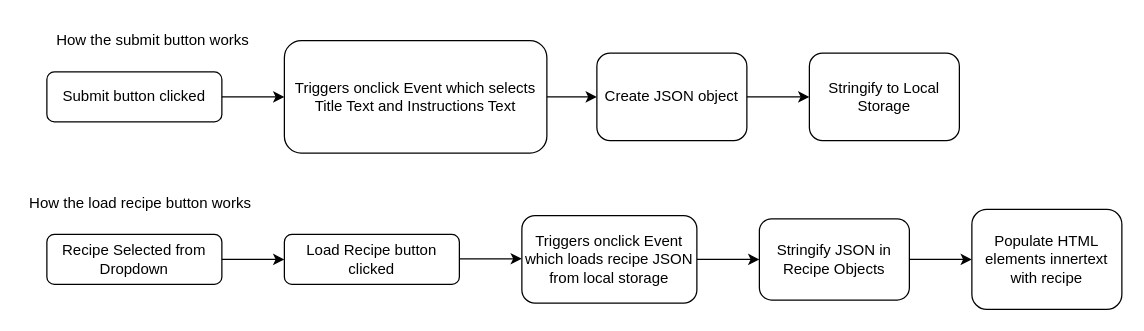
EricOrrDev/Diagrams keeps this draw.io diagram as page "Page-5" (4 of 4) of ProceduralManual.drawio. Above is the earlier version. Source tidied: cells renumbered, new cells numbered last; positions are measured from the earlier drawing's top-left corner, leaving out a move shared by most shapes. Both pictures are drawn from the tidied source at 125%, with x=0, y=0 at pixel (21, 21).
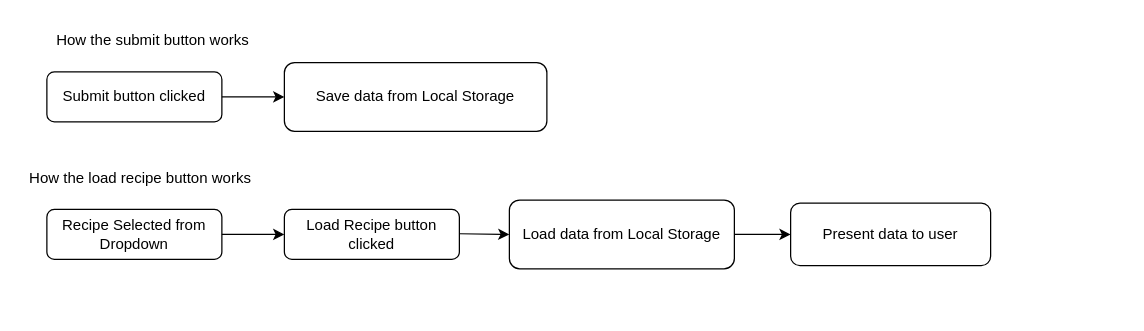
The same page after the edit.

What changed in the source:
```diff
@@
-    <mxCell id="5" value="Triggers onclick Event which selects Title Text and Instructions Text" style="rounded=1;whiteSpace=wrap;html=1;" parent="1" vertex="1">
-      <mxGeometry x="210" y="15" width="210" height="90" as="geometry" />
+    <mxCell id="5" value="Save data from Local Storage" style="rounded=1;whiteSpace=wrap;html=1;" parent="1" vertex="1">
+      <mxGeometry x="210" y="32.5" width="210" height="55" as="geometry" />
     </mxCell>
-    <mxCell id="6" style="endArrow=classic;html=1;rounded=0;exitX=1;exitY=0.5;exitDx=0;exitDy=0;" parent="1" edge="1" source="5">
-      <mxGeometry relative="1" as="geometry">
-        <mxPoint x="460" y="60" as="targetPoint" />
-      </mxGeometry>
-    </mxCell>
-    <mxCell id="7" value="Create JSON object" style="rounded=1;whiteSpace=wrap;html=1;" parent="1" vertex="1">
-      <mxGeometry x="460" y="25" width="120" height="70" as="geometry" />
-    </mxCell>
-    <mxCell id="8" style="endArrow=classic;html=1;rounded=0;exitX=1;exitY=0.5;exitDx=0;exitDy=0;" parent="1" edge="1" source="7">
-      <mxGeometry relative="1" as="geometry">
-        <mxPoint x="630" y="60" as="targetPoint" />
-      </mxGeometry>
-    </mxCell>
-    <mxCell id="9" value="Stringify to Local Storage" style="rounded=1;whiteSpace=wrap;html=1;" parent="1" vertex="1">
-      <mxGeometry x="630" y="25" width="120" height="70" as="geometry" />
-    </mxCell>
     <mxCell id="10" value="How the load recipe button works" style="text;html=1;align=center;verticalAlign=middle;whiteSpace=wrap;rounded=0;" parent="1" vertex="1">
-      <mxGeometry y="130" width="190" height="30" as="geometry" />
+      <mxGeometry y="110" width="190" height="30" as="geometry" />
     </mxCell>
     <mxCell id="11" value="Recipe Selected from Dropdown" style="rounded=1;whiteSpace=wrap;html=1;" parent="1" vertex="1">
-      <mxGeometry x="20" y="170" width="140" height="40" as="geometry" />
+      <mxGeometry x="20" y="150" width="140" height="40" as="geometry" />
     </mxCell>
     <mxCell id="12" style="endArrow=classic;html=1;rounded=0;exitX=1;exitY=0.5;exitDx=0;exitDy=0;" parent="1" edge="1" source="11">
       <mxGeometry relative="1" as="geometry">
-        <mxPoint x="210" y="190" as="targetPoint" />
+        <mxPoint x="210" y="170" as="targetPoint" />
       </mxGeometry>
     </mxCell>
-    <mxCell id="13" style="endArrow=classic;html=1;rounded=0;exitX=1;exitY=0.5;exitDx=0;exitDy=0;" parent="1" edge="1">
+    <mxCell id="13" style="endArrow=classic;html=1;rounded=0;exitX=1;exitY=0.5;exitDx=0;exitDy=0;entryX=0;entryY=0.5;entryDx=0;entryDy=0;" parent="1" edge="1" target="15">
       <mxGeometry relative="1" as="geometry">
-        <mxPoint x="350" y="189.5" as="sourcePoint" />
-        <mxPoint x="400" y="189.5" as="targetPoint" />
+        <mxPoint x="350" y="169.5" as="sourcePoint" />
       </mxGeometry>
     </mxCell>
     <mxCell id="14" value="Load Recipe button clicked" style="rounded=1;whiteSpace=wrap;html=1;" parent="1" vertex="1">
-      <mxGeometry x="210" y="170" width="140" height="40" as="geometry" />
+      <mxGeometry x="210" y="150" width="140" height="40" as="geometry" />
     </mxCell>
-    <mxCell id="15" value="Triggers onclick Event which loads recipe JSON from local storage" style="rounded=1;whiteSpace=wrap;html=1;" parent="1" vertex="1">
-      <mxGeometry x="400" y="155" width="140" height="70" as="geometry" />
+    <mxCell id="15" value="Load data from Local Storage" style="rounded=1;whiteSpace=wrap;html=1;" parent="1" vertex="1">
+      <mxGeometry x="390" y="142.5" width="180" height="55" as="geometry" />
     </mxCell>
-    <mxCell id="16" style="endArrow=classic;html=1;rounded=0;exitX=1;exitY=0.5;exitDx=0;exitDy=0;" parent="1" edge="1" source="15">
-      <mxGeometry relative="1" as="geometry">
-        <mxPoint x="590" y="190" as="targetPoint" />
-      </mxGeometry>
+    <mxCell id="16" style="endArrow=classic;html=1;rounded=0;exitX=1;exitY=0.5;exitDx=0;exitDy=0;entryX=0;entryY=0.5;entryDx=0;entryDy=0;" parent="1" edge="1" source="15" target="19">
+      <mxGeometry relative="1" as="geometry" />
     </mxCell>
-    <mxCell id="17" value="Stringify JSON in Recipe Objects" style="rounded=1;whiteSpace=wrap;html=1;" parent="1" vertex="1">
-      <mxGeometry x="590" y="157.5" width="120" height="65" as="geometry" />
-    </mxCell>
-    <mxCell id="18" style="endArrow=classic;html=1;rounded=0;exitX=1;exitY=0.5;exitDx=0;exitDy=0;" parent="1" edge="1" source="17">
-      <mxGeometry relative="1" as="geometry">
-        <mxPoint x="760" y="190" as="targetPoint" />
-      </mxGeometry>
-    </mxCell>
-    <mxCell id="19" value="Populate HTML elements innertext with recipe" style="rounded=1;whiteSpace=wrap;html=1;" parent="1" vertex="1">
-      <mxGeometry x="760" y="150" width="120" height="80" as="geometry" />
+    <mxCell id="19" value="Present data to user" style="rounded=1;whiteSpace=wrap;html=1;" parent="1" vertex="1">
+      <mxGeometry x="615" y="145" width="160" height="50" as="geometry" />
     </mxCell>
```
